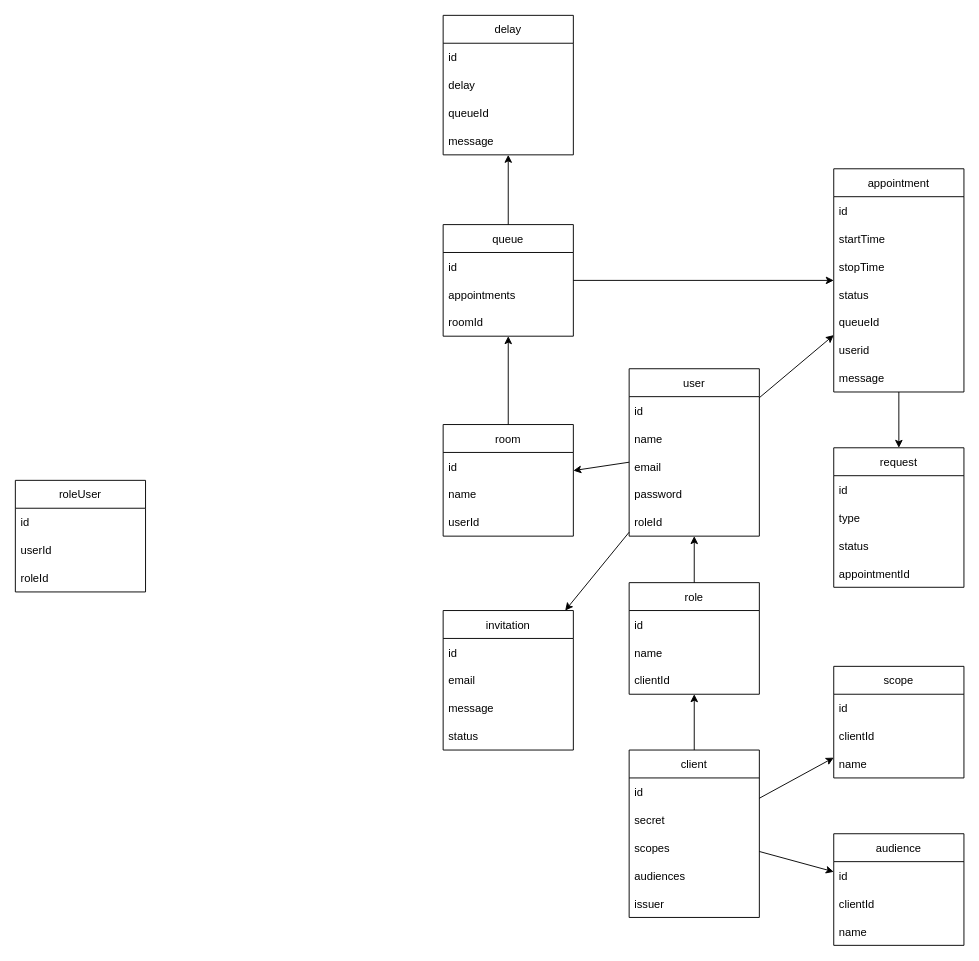
Earlier version of the draw.io diagram __diagrams__/information.drawio (Oglop/Queue). Source tidied: cells renumbered, new cells numbered last; positions are measured from the earlier drawing's top-left corner, leaving out a move shared by most shapes. Both pictures are drawn from the tidied source at 93%, with x=0, y=0 at pixel (15, 15).
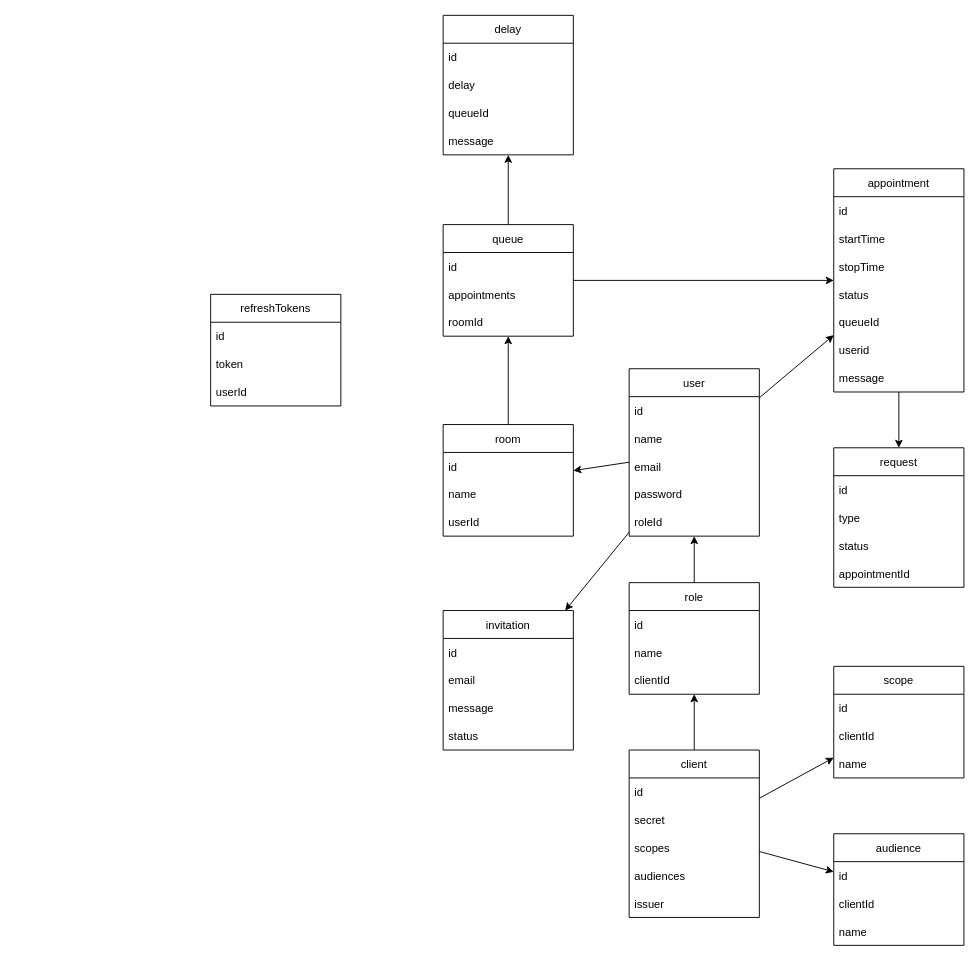
Above is the later version.

Change to the diagram source:
```diff
@@
-    <mxCell id="60" value="roleUser" style="swimlane;fontStyle=0;horizontal=1;startSize=30;" parent="1" vertex="1">
-      <mxGeometry y="500" width="140" height="120" as="geometry" />
-    </mxCell>
-    <mxCell id="61" value="id" style="text;strokeColor=none;fillColor=none;align=left;verticalAlign=middle;spacingLeft=4;spacingRight=4;overflow=hidden;" parent="60" vertex="1">
-      <mxGeometry y="30" width="140" height="30" as="geometry" />
-    </mxCell>
-    <mxCell id="62" value="userId" style="text;strokeColor=none;fillColor=none;align=left;verticalAlign=middle;spacingLeft=4;spacingRight=4;overflow=hidden;" parent="60" vertex="1">
-      <mxGeometry y="60" width="140" height="30" as="geometry" />
-    </mxCell>
-    <mxCell id="63" value="roleId" style="text;strokeColor=none;fillColor=none;align=left;verticalAlign=middle;spacingLeft=4;spacingRight=4;overflow=hidden;" parent="60" vertex="1">
-      <mxGeometry y="90" width="140" height="30" as="geometry" />
-    </mxCell>
@@
+    <mxCell id="72" value="refreshTokens" style="swimlane;fontStyle=0;horizontal=1;startSize=30;" parent="1" vertex="1">
+      <mxGeometry x="210" y="300" width="140" height="120" as="geometry" />
+    </mxCell>
+    <mxCell id="61" value="id" style="text;strokeColor=none;fillColor=none;align=left;verticalAlign=middle;spacingLeft=4;spacingRight=4;overflow=hidden;" parent="72" vertex="1">
+      <mxGeometry y="30" width="140" height="30" as="geometry" />
+    </mxCell>
+    <mxCell id="73" value="token" style="text;strokeColor=none;fillColor=none;align=left;verticalAlign=middle;spacingLeft=4;spacingRight=4;overflow=hidden;" parent="72" vertex="1">
+      <mxGeometry y="60" width="140" height="30" as="geometry" />
+    </mxCell>
+    <mxCell id="62" value="userId" style="text;strokeColor=none;fillColor=none;align=left;verticalAlign=middle;spacingLeft=4;spacingRight=4;overflow=hidden;" parent="72" vertex="1">
+      <mxGeometry y="90" width="140" height="30" as="geometry" />
+    </mxCell>
```
